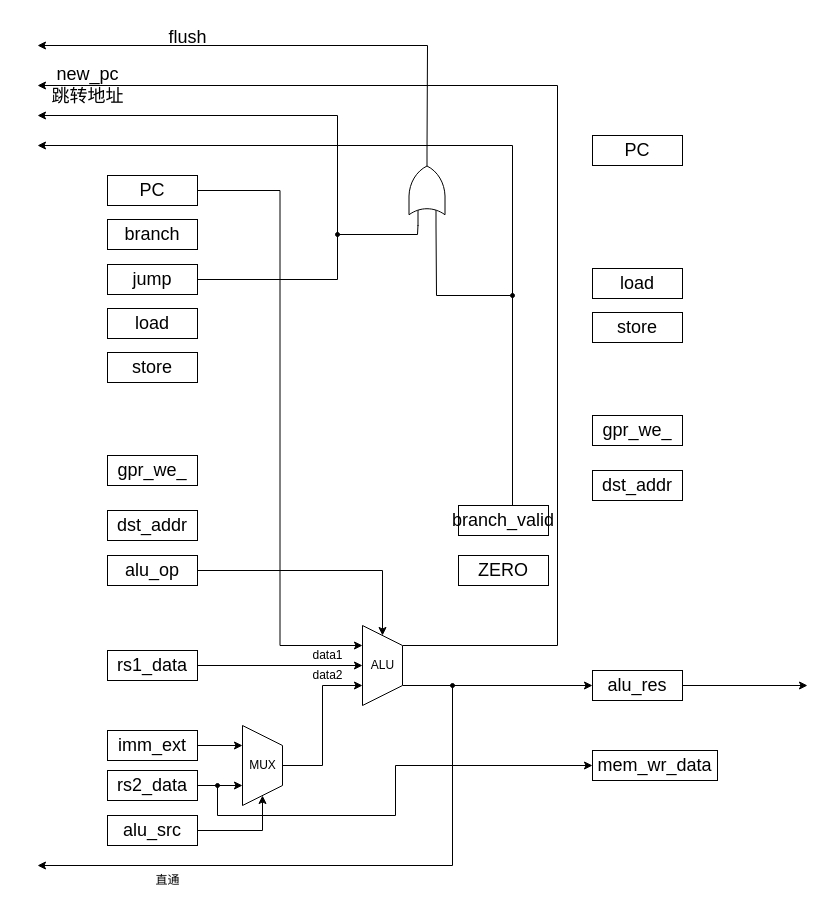
Earlier version of the draw.io diagram page "执行阶段" (5 of 7) of Doc/cySOC总系统框图.drawio (Unpdt/cySOC). Source tidied: cells renumbered, new cells numbered last; positions are measured from the earlier drawing's top-left corner, leaving out a move shared by most shapes. Both pictures are drawn from the tidied source at 100%, with x=0, y=0 at pixel (37, 17).
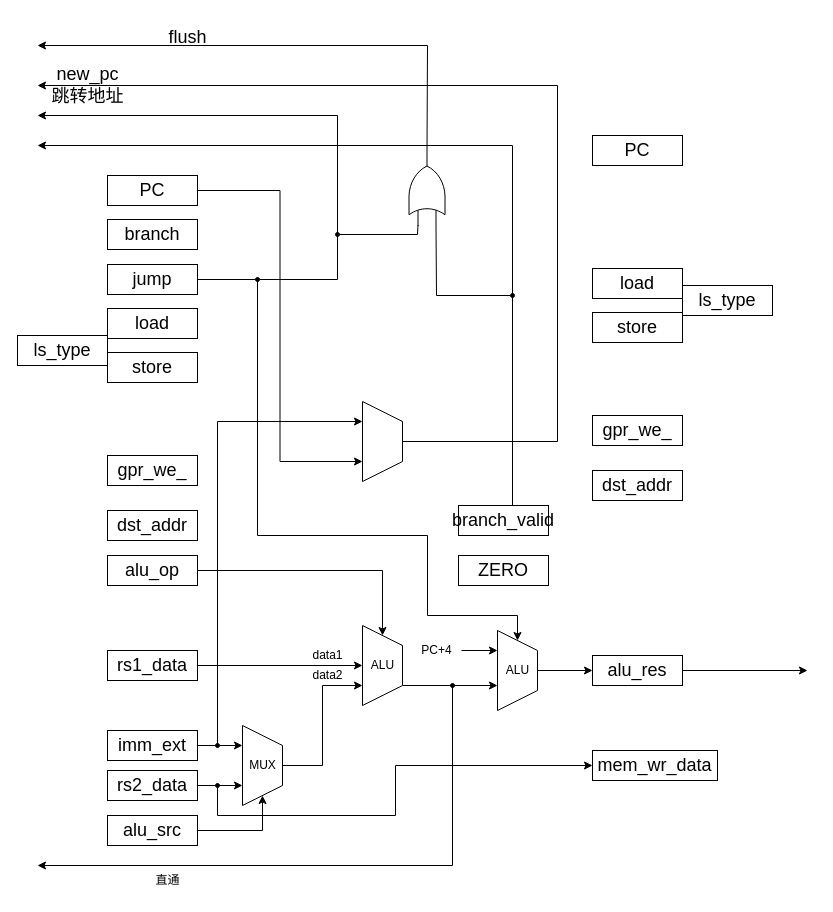
Above is the later version.

The change refers to these unchanged cells:
```xml
<mxCell id="7" value="&lt;font style=&quot;font-size: 18px;&quot;&gt;imm_ext&lt;/font&gt;" style="rounded=0;whiteSpace=wrap;html=1;" parent="1" vertex="1">
  <mxGeometry x="70" y="713" width="90" height="30" as="geometry" />
</mxCell>
<mxCell id="23" value="&lt;font style=&quot;font-size: 18px;&quot;&gt;PC&lt;/font&gt;" style="rounded=0;whiteSpace=wrap;html=1;" parent="1" vertex="1">
  <mxGeometry x="70" y="158" width="90" height="30" as="geometry" />
</mxCell>
<mxCell id="26" value="&lt;font style=&quot;font-size: 18px;&quot;&gt;jump&lt;/font&gt;" style="rounded=0;whiteSpace=wrap;html=1;" parent="1" vertex="1">
  <mxGeometry x="70" y="247" width="90" height="30" as="geometry" />
</mxCell>
<mxCell id="52" style="shape=trapezoid;perimeter=trapezoidPerimeter;whiteSpace=wrap;html=1;fixedSize=1;rotation=90;" parent="1" vertex="1">
  <mxGeometry x="305" y="628" width="80" height="40" as="geometry" />
</mxCell>
```

Diff of the diagram source:
```diff
@@
+    <mxCell id="55" style="edgeStyle=orthogonalEdgeStyle;rounded=0;jettySize=auto;html=1;entryX=0.25;entryY=1;entryDx=0;entryDy=0;" parent="1" edge="1" source="7" target="58">
+      <mxGeometry relative="1" as="geometry">
+        <Array as="points">
+          <mxPoint x="180" y="728" />
+          <mxPoint x="180" y="404" />
+        </Array>
+      </mxGeometry>
+    </mxCell>
@@
-    <mxCell id="17" style="edgeStyle=orthogonalEdgeStyle;rounded=0;jettySize=auto;html=1;exitX=0.25;exitY=0;exitDx=0;exitDy=0;" parent="1" edge="1" source="52">
+    <mxCell id="17" style="edgeStyle=orthogonalEdgeStyle;rounded=0;jettySize=auto;html=1;exitX=0.5;exitY=0;exitDx=0;exitDy=0;" parent="1" edge="1" source="58">
       <mxGeometry relative="1" as="geometry">
         <mxPoint y="68" as="targetPoint" />
         <Array as="points">
-          <mxPoint x="520" y="628" />
+          <mxPoint x="520" y="424" />
           <mxPoint x="520" y="68" />
         </Array>
       </mxGeometry>
     </mxCell>
     <mxCell id="18" style="edgeStyle=orthogonalEdgeStyle;rounded=0;jettySize=auto;html=1;" parent="1" edge="1" source="19">
       <mxGeometry relative="1" as="geometry">
-        <mxPoint x="770" y="668" as="targetPoint" />
+        <mxPoint x="770" y="653" as="targetPoint" />
       </mxGeometry>
     </mxCell>
     <mxCell id="19" value="&lt;span style=&quot;font-size: 18px;&quot;&gt;alu_res&lt;/span&gt;" style="rounded=0;whiteSpace=wrap;html=1;" parent="1" vertex="1">
-      <mxGeometry x="555" y="653" width="90" height="30" as="geometry" />
+      <mxGeometry x="555" y="638" width="90" height="30" as="geometry" />
     </mxCell>
@@
-    <mxCell id="22" style="edgeStyle=orthogonalEdgeStyle;rounded=0;jettySize=auto;html=1;entryX=0.25;entryY=1;entryDx=0;entryDy=0;" parent="1" edge="1" source="23" target="52">
+    <mxCell id="22" style="edgeStyle=orthogonalEdgeStyle;rounded=0;jettySize=auto;html=1;entryX=0.75;entryY=1;entryDx=0;entryDy=0;" parent="1" edge="1" source="23" target="58">
       <mxGeometry relative="1" as="geometry" />
     </mxCell>
@@
+    <mxCell id="56" style="edgeStyle=orthogonalEdgeStyle;rounded=0;jettySize=auto;html=1;exitX=1;exitY=0.5;exitDx=0;exitDy=0;entryX=0;entryY=0.5;entryDx=0;entryDy=0;" parent="1" edge="1" source="26" target="60">
+      <mxGeometry relative="1" as="geometry">
+        <Array as="points">
+          <mxPoint x="220" y="262" />
+          <mxPoint x="220" y="518" />
+          <mxPoint x="390" y="518" />
+          <mxPoint x="390" y="598" />
+          <mxPoint x="480" y="598" />
+        </Array>
+      </mxGeometry>
+    </mxCell>
@@
-    <mxCell id="51" style="edgeStyle=orthogonalEdgeStyle;rounded=0;jettySize=auto;html=1;exitX=0.75;exitY=0;exitDx=0;exitDy=0;entryX=0;entryY=0.5;entryDx=0;entryDy=0;" parent="1" edge="1" source="52" target="19">
-      <mxGeometry relative="1" as="geometry" />
+    <mxCell id="51" style="edgeStyle=orthogonalEdgeStyle;rounded=0;jettySize=auto;html=1;exitX=0.75;exitY=0;exitDx=0;exitDy=0;" parent="1" edge="1" source="52">
+      <mxGeometry relative="1" as="geometry">
+        <mxPoint x="460" y="668" as="targetPoint" />
+      </mxGeometry>
     </mxCell>
@@
+    <mxCell id="57" style="ellipse;whiteSpace=wrap;html=1;fillColor=#000000;" parent="1" vertex="1">
+      <mxGeometry x="178" y="726" width="4" height="4" as="geometry" />
+    </mxCell>
+    <mxCell id="58" style="shape=trapezoid;perimeter=trapezoidPerimeter;whiteSpace=wrap;html=1;fixedSize=1;rotation=90;" parent="1" vertex="1">
+      <mxGeometry x="305" y="404" width="80" height="40" as="geometry" />
+    </mxCell>
+    <mxCell id="59" style="edgeStyle=orthogonalEdgeStyle;rounded=0;jettySize=auto;html=1;exitX=0.5;exitY=0;exitDx=0;exitDy=0;entryX=0;entryY=0.5;entryDx=0;entryDy=0;" parent="1" edge="1" source="60" target="19">
+      <mxGeometry relative="1" as="geometry" />
+    </mxCell>
+    <mxCell id="60" style="shape=trapezoid;perimeter=trapezoidPerimeter;whiteSpace=wrap;html=1;fixedSize=1;rotation=90;" parent="1" vertex="1">
+      <mxGeometry x="440" y="633" width="80" height="40" as="geometry" />
+    </mxCell>
+    <mxCell id="61" value="ALU" style="text;html=1;align=center;verticalAlign=middle;strokeColor=none;fillColor=none;" parent="1" vertex="1">
+      <mxGeometry x="455" y="638" width="50" height="30" as="geometry" />
+    </mxCell>
+    <mxCell id="62" style="ellipse;whiteSpace=wrap;html=1;fillColor=#000000;" parent="1" vertex="1">
+      <mxGeometry x="218" y="260" width="4" height="4" as="geometry" />
+    </mxCell>
+    <mxCell id="63" style="edgeStyle=orthogonalEdgeStyle;rounded=0;jettySize=auto;html=1;entryX=0.25;entryY=1;entryDx=0;entryDy=0;" parent="1" edge="1" source="64" target="60">
+      <mxGeometry relative="1" as="geometry" />
+    </mxCell>
+    <mxCell id="64" value="PC+4" style="text;html=1;align=center;verticalAlign=middle;points=[];strokeColor=none;fillColor=none;" parent="1" vertex="1">
+      <mxGeometry x="374" y="618" width="50" height="30" as="geometry" />
+    </mxCell>
+    <mxCell id="65" value="&lt;span style=&quot;font-size: 18px;&quot;&gt;ls_type&lt;/span&gt;" style="rounded=0;whiteSpace=wrap;html=1;" parent="1" vertex="1">
+      <mxGeometry x="-20" y="318" width="90" height="30" as="geometry" />
+    </mxCell>
+    <mxCell id="66" value="&lt;span style=&quot;font-size: 18px;&quot;&gt;ls_type&lt;/span&gt;" style="rounded=0;whiteSpace=wrap;html=1;" parent="1" vertex="1">
+      <mxGeometry x="645" y="268" width="90" height="30" as="geometry" />
+    </mxCell>
```
